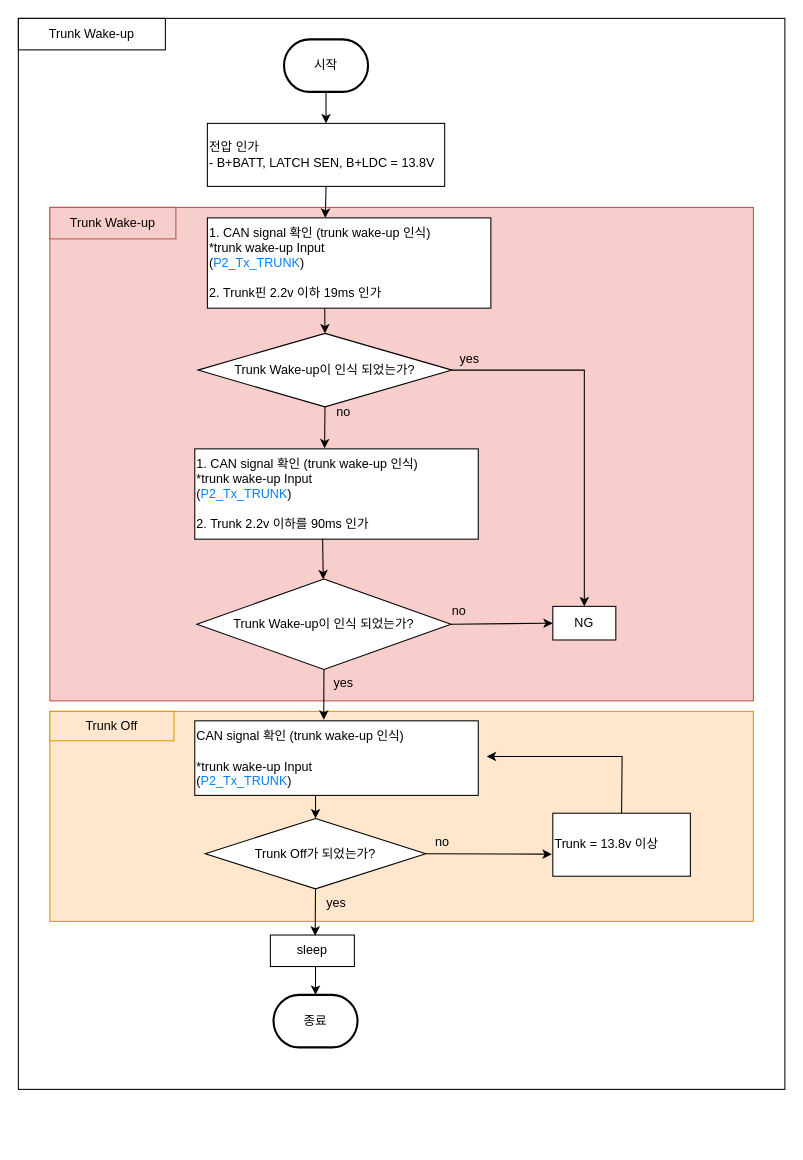
chaeyoonl/state-transition-diagram-test keeps this draw.io diagram as Trunk Wake-up.drawio. Above is the earlier version. Source tidied: cells renumbered, new cells numbered last; positions are measured from the earlier drawing's top-left corner, leaving out a move shared by most shapes. Both pictures are drawn from the tidied source at 105%, with x=0, y=0 at pixel (18, 18).
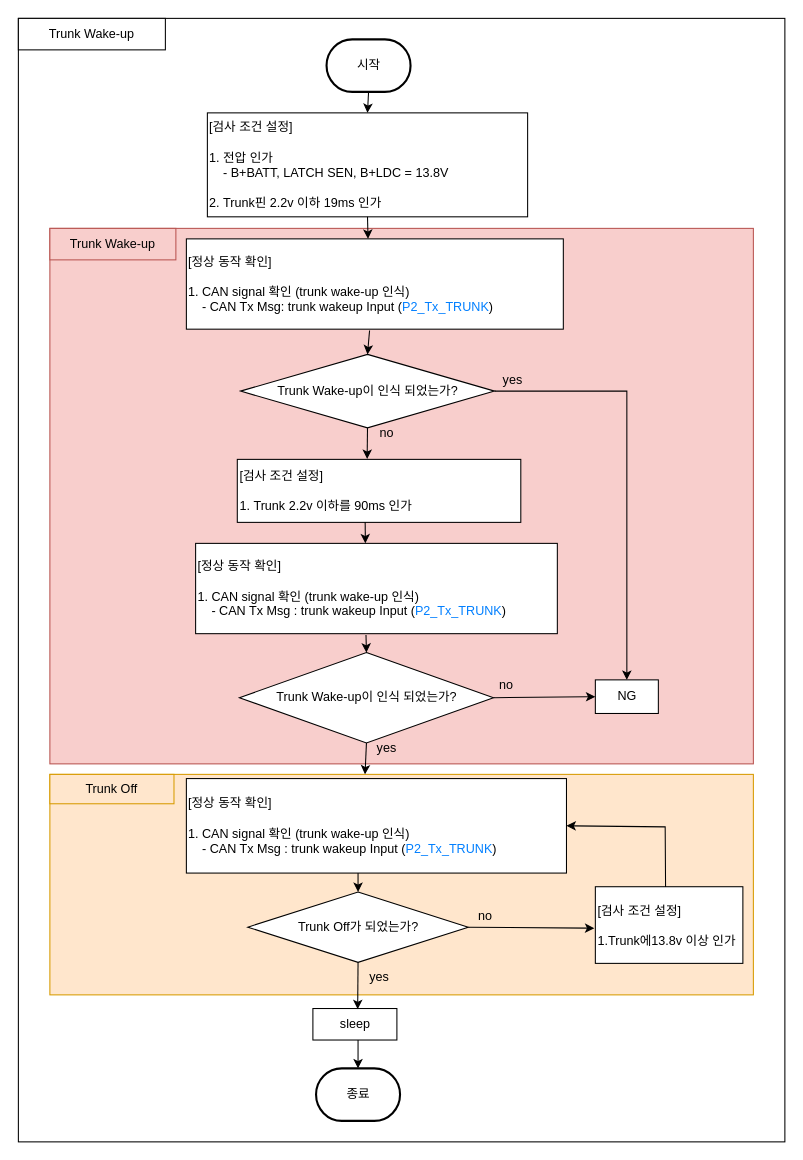
After the change.

Diff of the diagram source:
```diff
@@
     <mxCell id="2" style="rounded=0;whiteSpace=wrap;html=1;" parent="1" vertex="1">
-      <mxGeometry width="730" height="1020" as="geometry" />
+      <mxGeometry width="730" height="1070" as="geometry" />
     </mxCell>
@@
     <mxCell id="4" style="rounded=0;whiteSpace=wrap;html=1;fillColor=#f8cecc;strokeColor=#b85450;" parent="1" vertex="1">
-      <mxGeometry x="30" y="180" width="670" height="470" as="geometry" />
+      <mxGeometry x="30" y="200" width="670" height="510" as="geometry" />
     </mxCell>
     <mxCell id="5" value="&lt;span style=&quot;color: rgb(0, 0, 0); font-family: Helvetica; font-size: 12px; font-style: normal; font-variant-ligatures: normal; font-variant-caps: normal; font-weight: 400; letter-spacing: normal; orphans: 2; text-align: center; text-indent: 0px; text-transform: none; widows: 2; word-spacing: 0px; -webkit-text-stroke-width: 0px; text-decoration-thickness: initial; text-decoration-style: initial; text-decoration-color: initial; float: none; display: inline !important;&quot;&gt;Trunk Wake-up&lt;br&gt;&lt;/span&gt;" style="rounded=0;whiteSpace=wrap;html=1;fillColor=#f8cecc;strokeColor=#b85450;fillStyle=solid;labelBackgroundColor=none;" parent="1" vertex="1">
-      <mxGeometry x="30" y="180" width="120" height="30" as="geometry" />
+      <mxGeometry x="30" y="200" width="120" height="30" as="geometry" />
     </mxCell>
     <mxCell id="6" value="시작" style="strokeWidth=2;html=1;shape=mxgraph.flowchart.terminator;whiteSpace=wrap;" parent="1" vertex="1">
-      <mxGeometry x="253" y="20" width="80" height="50" as="geometry" />
+      <mxGeometry x="293.5" y="20" width="80" height="50" as="geometry" />
     </mxCell>
-    <mxCell id="7" value="전압 인가&lt;br&gt;- B+BATT, LATCH SEN, B+LDC = 13.8V" style="rounded=0;whiteSpace=wrap;html=1;align=left;" parent="1" vertex="1">
-      <mxGeometry x="180" y="100" width="226" height="60" as="geometry" />
+    <mxCell id="7" value="[검사 조건 설정]&lt;br&gt;&lt;br&gt;1. 전압 인가&lt;br&gt;&amp;nbsp; &amp;nbsp; - B+BATT, LATCH SEN, B+LDC = 13.8V&lt;br&gt;&lt;br&gt;2.&amp;nbsp;Trunk핀 2.2v 이하&amp;nbsp;19ms 인가" style="rounded=0;whiteSpace=wrap;html=1;align=left;" parent="1" vertex="1">
+      <mxGeometry x="180" y="90" width="305" height="99" as="geometry" />
     </mxCell>
     <mxCell id="8" value="Trunk Wake-up이 인식 되었는가?" style="rhombus;whiteSpace=wrap;html=1;" parent="1" vertex="1">
-      <mxGeometry x="171" y="300" width="242" height="70" as="geometry" />
+      <mxGeometry x="211.5" y="320" width="242" height="70" as="geometry" />
     </mxCell>
-    <mxCell id="9" style="endArrow=classic;html=1;rounded=0;entryX=0.5;entryY=0;entryDx=0;entryDy=0;exitX=0.414;exitY=1.005;exitDx=0;exitDy=0;exitPerimeter=0;" parent="1" edge="1" source="14" target="8">
+    <mxCell id="9" style="endArrow=classic;html=1;rounded=0;entryX=0.5;entryY=0;entryDx=0;entryDy=0;exitX=0.486;exitY=1.015;exitDx=0;exitDy=0;exitPerimeter=0;" parent="1" edge="1" source="14" target="8">
       <mxGeometry relative="1" as="geometry" />
     </mxCell>
@@
     <mxCell id="11" value="no" style="text;html=1;strokeColor=none;fillColor=none;align=center;verticalAlign=middle;whiteSpace=wrap;rounded=0;" parent="1" vertex="1">
-      <mxGeometry x="280" y="360" width="60" height="30" as="geometry" />
+      <mxGeometry x="320.5" y="380" width="60" height="30" as="geometry" />
     </mxCell>
     <mxCell id="12" value="yes" style="text;html=1;strokeColor=none;fillColor=none;align=center;verticalAlign=middle;whiteSpace=wrap;rounded=0;" parent="1" vertex="1">
-      <mxGeometry x="400" y="310" width="60" height="30" as="geometry" />
+      <mxGeometry x="440.5" y="330" width="60" height="30" as="geometry" />
     </mxCell>
     <mxCell id="13" style="endArrow=classic;html=1;rounded=0;exitX=1;exitY=0.5;exitDx=0;exitDy=0;entryX=0.5;entryY=0;entryDx=0;entryDy=0;" parent="1" edge="1" source="8" target="23">
       <mxGeometry relative="1" as="geometry">
         <Array as="points">
-          <mxPoint x="539" y="335" />
+          <mxPoint x="579.5" y="355" />
         </Array>
       </mxGeometry>
     </mxCell>
-    <mxCell id="14" value="1. CAN signal 확인 (trunk wake-up 인식)&lt;br style=&quot;border-color: var(--border-color);&quot;&gt;*trunk wake-up&amp;nbsp;Input&amp;nbsp;&lt;br style=&quot;border-color: var(--border-color);&quot;&gt;(&lt;font style=&quot;border-color: var(--border-color);&quot; color=&quot;#007fff&quot;&gt;P2_Tx_TRUNK&lt;/font&gt;)&lt;br&gt;&lt;br&gt;2.&amp;nbsp;Trunk핀 2.2v 이하&amp;nbsp;&lt;span style=&quot;text-align: center;&quot;&gt;19ms 인가&lt;/span&gt;" style="rounded=0;whiteSpace=wrap;html=1;align=left;" parent="1" vertex="1">
-      <mxGeometry x="180" y="190" width="270" height="86" as="geometry" />
+    <mxCell id="14" value="[정상 동작 확인]&lt;br&gt;&lt;br&gt;1. CAN signal 확인 (trunk wake-up 인식)&lt;br style=&quot;border-color: var(--border-color);&quot;&gt;&amp;nbsp; &amp;nbsp; - CAN Tx Msg:&amp;nbsp;trunk wakeup&amp;nbsp;Input&amp;nbsp;(&lt;font style=&quot;border-color: var(--border-color);&quot; color=&quot;#007fff&quot;&gt;P2_Tx_TRUNK&lt;/font&gt;)" style="rounded=0;whiteSpace=wrap;html=1;align=left;" parent="1" vertex="1">
+      <mxGeometry x="160" y="210" width="359" height="86" as="geometry" />
     </mxCell>
-    <mxCell id="15" style="endArrow=classic;html=1;rounded=0;exitX=0.5;exitY=1;exitDx=0;exitDy=0;entryX=0.416;entryY=0;entryDx=0;entryDy=0;entryPerimeter=0;" parent="1" edge="1" source="7" target="14">
+    <mxCell id="15" style="endArrow=classic;html=1;rounded=0;exitX=0.5;exitY=1;exitDx=0;exitDy=0;entryX=0.482;entryY=0;entryDx=0;entryDy=0;entryPerimeter=0;" parent="1" edge="1" source="7" target="14">
       <mxGeometry relative="1" as="geometry" />
     </mxCell>
@@
-    <mxCell id="17" value="1. CAN signal 확인 (trunk wake-up 인식)&lt;br style=&quot;border-color: var(--border-color);&quot;&gt;*trunk wake-up&amp;nbsp;Input&amp;nbsp;&lt;br style=&quot;border-color: var(--border-color);&quot;&gt;(&lt;font style=&quot;border-color: var(--border-color);&quot; color=&quot;#007fff&quot;&gt;P2_Tx_TRUNK&lt;/font&gt;)&lt;br&gt;&lt;br&gt;2. Trunk 2.2v 이하를&amp;nbsp;&lt;span style=&quot;text-align: center;&quot;&gt;90ms 인가&lt;/span&gt;" style="rounded=0;whiteSpace=wrap;html=1;align=left;" parent="1" vertex="1">
-      <mxGeometry x="168" y="410" width="270" height="86" as="geometry" />
+    <mxCell id="17" value="[검사 조건 설정]&lt;br&gt;&lt;br&gt;1. Trunk 2.2v 이하를&amp;nbsp;&lt;span style=&quot;text-align: center;&quot;&gt;90ms 인가&lt;/span&gt;" style="rounded=0;whiteSpace=wrap;html=1;align=left;" parent="1" vertex="1">
+      <mxGeometry x="208.5" y="420" width="270" height="60" as="geometry" />
     </mxCell>
     <mxCell id="18" style="rounded=0;whiteSpace=wrap;html=1;fillColor=#ffe6cc;strokeColor=#d79b00;" parent="1" vertex="1">
-      <mxGeometry x="30" y="660" width="670" height="200" as="geometry" />
+      <mxGeometry x="30" y="720" width="670" height="210" as="geometry" />
     </mxCell>
     <mxCell id="19" value="&lt;span style=&quot;color: rgb(0, 0, 0); font-family: Helvetica; font-size: 12px; font-style: normal; font-variant-ligatures: normal; font-variant-caps: normal; font-weight: 400; letter-spacing: normal; orphans: 2; text-align: center; text-indent: 0px; text-transform: none; widows: 2; word-spacing: 0px; -webkit-text-stroke-width: 0px; text-decoration-thickness: initial; text-decoration-style: initial; text-decoration-color: initial; float: none; display: inline !important;&quot;&gt;Trunk Off&lt;br&gt;&lt;/span&gt;" style="rounded=0;whiteSpace=wrap;html=1;fillColor=#ffe6cc;strokeColor=#d79b00;labelBackgroundColor=none;" parent="1" vertex="1">
-      <mxGeometry x="30" y="660" width="118.2" height="28" as="geometry" />
+      <mxGeometry x="30" y="720" width="118.2" height="28" as="geometry" />
     </mxCell>
     <mxCell id="20" value="Trunk Wake-up이 인식 되었는가?" style="rhombus;whiteSpace=wrap;html=1;" parent="1" vertex="1">
-      <mxGeometry x="170" y="534" width="242" height="86" as="geometry" />
+      <mxGeometry x="210.5" y="604" width="242" height="86" as="geometry" />
     </mxCell>
     <mxCell id="21" value="no" style="text;html=1;strokeColor=none;fillColor=none;align=center;verticalAlign=middle;whiteSpace=wrap;rounded=0;" parent="1" vertex="1">
-      <mxGeometry x="390" y="550" width="60" height="30" as="geometry" />
+      <mxGeometry x="434.5" y="620" width="60" height="30" as="geometry" />
     </mxCell>
-    <mxCell id="22" style="endArrow=classic;html=1;rounded=0;exitX=0.451;exitY=0.995;exitDx=0;exitDy=0;exitPerimeter=0;" parent="1" edge="1" source="17" target="20">
-      <mxGeometry relative="1" as="geometry" />
+    <mxCell id="22" style="endArrow=classic;html=1;rounded=0;exitX=0.451;exitY=0.995;exitDx=0;exitDy=0;exitPerimeter=0;" parent="1" edge="1" source="17">
+      <mxGeometry relative="1" as="geometry">
+        <mxPoint x="330.5" y="500" as="targetPoint" />
+      </mxGeometry>
     </mxCell>
     <mxCell id="23" value="NG" style="rounded=0;whiteSpace=wrap;html=1;align=center;" parent="1" vertex="1">
-      <mxGeometry x="509" y="560" width="60" height="32" as="geometry" />
+      <mxGeometry x="549.5" y="630" width="60" height="32" as="geometry" />
     </mxCell>
@@
     <mxCell id="25" value="종료" style="strokeWidth=2;html=1;shape=mxgraph.flowchart.terminator;whiteSpace=wrap;" parent="1" vertex="1">
-      <mxGeometry x="243" y="930" width="80" height="50" as="geometry" />
+      <mxGeometry x="283.5" y="1000" width="80" height="50" as="geometry" />
     </mxCell>
     <mxCell id="26" value="Trunk&amp;nbsp;Off가 되었는가?" style="rhombus;whiteSpace=wrap;html=1;" parent="1" vertex="1">
-      <mxGeometry x="178" y="762" width="210" height="67" as="geometry" />
+      <mxGeometry x="218.5" y="832" width="210" height="67" as="geometry" />
     </mxCell>
     <mxCell id="27" style="endArrow=classic;html=1;rounded=0;exitX=0.5;exitY=1;exitDx=0;exitDy=0;entryX=0.5;entryY=0;entryDx=0;entryDy=0;" parent="1" edge="1" target="26">
       <mxGeometry relative="1" as="geometry">
-        <mxPoint x="283" y="713" as="sourcePoint" />
+        <mxPoint x="323.5" y="783" as="sourcePoint" />
       </mxGeometry>
     </mxCell>
     <mxCell id="28" style="endArrow=classic;html=1;rounded=0;exitX=0.5;exitY=1;exitDx=0;exitDy=0;entryX=0.5;entryY=0;entryDx=0;entryDy=0;entryPerimeter=0;" parent="1" edge="1" target="25">
       <mxGeometry relative="1" as="geometry">
-        <mxPoint x="283" y="903" as="sourcePoint" />
+        <mxPoint x="323.5" y="973" as="sourcePoint" />
       </mxGeometry>
     </mxCell>
-    <mxCell id="29" value="Trunk = 13.8v 이상" style="rounded=0;whiteSpace=wrap;html=1;align=left;" parent="1" vertex="1">
-      <mxGeometry x="509" y="757" width="131" height="60" as="geometry" />
+    <mxCell id="29" value="[검사 조건 설정]&lt;br&gt;&lt;br&gt;1.Trunk에13.8v 이상 인가" style="rounded=0;whiteSpace=wrap;html=1;align=left;" parent="1" vertex="1">
+      <mxGeometry x="549.5" y="827" width="140.5" height="73" as="geometry" />
     </mxCell>
-    <mxCell id="30" style="endArrow=classic;html=1;rounded=0;exitX=1;exitY=0.5;exitDx=0;exitDy=0;entryX=-0.007;entryY=0.65;entryDx=0;entryDy=0;entryPerimeter=0;" parent="1" edge="1" source="26" target="29">
+    <mxCell id="30" style="endArrow=classic;html=1;rounded=0;exitX=1;exitY=0.5;exitDx=0;exitDy=0;entryX=-0.007;entryY=0.541;entryDx=0;entryDy=0;entryPerimeter=0;" parent="1" edge="1" source="26" target="29">
       <mxGeometry relative="1" as="geometry" />
     </mxCell>
     <mxCell id="31" value="sleep" style="rounded=0;whiteSpace=wrap;html=1;align=center;" parent="1" vertex="1">
-      <mxGeometry x="240" y="873" width="80" height="30" as="geometry" />
+      <mxGeometry x="280.5" y="943" width="80" height="30" as="geometry" />
     </mxCell>
@@
     <mxCell id="33" value="yes" style="text;html=1;strokeColor=none;fillColor=none;align=center;verticalAlign=middle;whiteSpace=wrap;rounded=0;" parent="1" vertex="1">
-      <mxGeometry x="273" y="828" width="60" height="30" as="geometry" />
+      <mxGeometry x="313.5" y="898" width="60" height="30" as="geometry" />
     </mxCell>
     <mxCell id="34" value="no" style="text;html=1;strokeColor=none;fillColor=none;align=center;verticalAlign=middle;whiteSpace=wrap;rounded=0;" parent="1" vertex="1">
-      <mxGeometry x="374" y="770" width="60" height="30" as="geometry" />
+      <mxGeometry x="414.5" y="840" width="60" height="30" as="geometry" />
     </mxCell>
-    <mxCell id="35" style="endArrow=classic;html=1;rounded=0;exitX=0.5;exitY=0;exitDx=0;exitDy=0;" parent="1" edge="1" source="29">
+    <mxCell id="35" style="endArrow=classic;html=1;rounded=0;exitX=0.476;exitY=0.004;exitDx=0;exitDy=0;entryX=1;entryY=0.5;entryDx=0;entryDy=0;exitPerimeter=0;" parent="1" edge="1" source="29" target="37">
       <mxGeometry relative="1" as="geometry">
-        <mxPoint x="446" y="703" as="targetPoint" />
         <Array as="points">
-          <mxPoint x="575" y="703" />
+          <mxPoint x="616" y="770" />
         </Array>
       </mxGeometry>
     </mxCell>
-    <mxCell id="36" style="endArrow=classic;html=1;rounded=0;entryX=0.455;entryY=-0.014;entryDx=0;entryDy=0;entryPerimeter=0;exitX=0.5;exitY=1;exitDx=0;exitDy=0;" parent="1" edge="1" source="20" target="37">
+    <mxCell id="36" style="endArrow=classic;html=1;rounded=0;entryX=0.448;entryY=0;entryDx=0;entryDy=0;entryPerimeter=0;exitX=0.5;exitY=1;exitDx=0;exitDy=0;" parent="1" edge="1" source="20" target="18">
       <mxGeometry relative="1" as="geometry" />
     </mxCell>
-    <mxCell id="37" value="CAN signal 확인 (trunk wake-up 인식)&lt;br&gt;&lt;br&gt;*trunk wake-up&amp;nbsp;Input&amp;nbsp;&lt;br&gt;(&lt;font color=&quot;#007fff&quot;&gt;P2_Tx_TRUNK&lt;/font&gt;)" style="rounded=0;whiteSpace=wrap;html=1;align=left;" parent="1" vertex="1">
-      <mxGeometry x="168" y="669" width="270" height="71" as="geometry" />
+    <mxCell id="37" value="[정상 동작 확인]&lt;br&gt;&lt;br&gt;1. CAN signal 확인 (trunk wake-up 인식)&lt;br&gt;&amp;nbsp; &amp;nbsp; - CAN Tx Msg : trunk wakeup&amp;nbsp;Input&amp;nbsp;(&lt;font color=&quot;#007fff&quot;&gt;P2_Tx_TRUNK&lt;/font&gt;)" style="rounded=0;whiteSpace=wrap;html=1;align=left;" parent="1" vertex="1">
+      <mxGeometry x="160" y="724" width="362" height="90" as="geometry" />
     </mxCell>
     <mxCell id="38" value="yes" style="text;html=1;strokeColor=none;fillColor=none;align=center;verticalAlign=middle;whiteSpace=wrap;rounded=0;" parent="1" vertex="1">
-      <mxGeometry x="280" y="618" width="60" height="30" as="geometry" />
+      <mxGeometry x="320.5" y="680" width="60" height="30" as="geometry" />
     </mxCell>
+    <mxCell id="39" value="[정상 동작 확인]&lt;br&gt;&lt;br&gt;1. CAN signal 확인 (trunk wake-up 인식)&lt;br style=&quot;border-color: var(--border-color);&quot;&gt;&amp;nbsp; &amp;nbsp; - CAN Tx Msg : trunk wakeup&amp;nbsp;Input&amp;nbsp;(&lt;font style=&quot;border-color: var(--border-color);&quot; color=&quot;#007fff&quot;&gt;P2_Tx_TRUNK&lt;/font&gt;)" style="rounded=0;whiteSpace=wrap;html=1;align=left;" parent="1" vertex="1">
+      <mxGeometry x="168.8" y="500" width="344.5" height="86" as="geometry" />
+    </mxCell>
+    <mxCell id="40" style="endArrow=classic;html=1;rounded=0;exitX=0.471;exitY=1.014;exitDx=0;exitDy=0;exitPerimeter=0;entryX=0.5;entryY=0;entryDx=0;entryDy=0;" parent="1" edge="1" source="39" target="20">
+      <mxGeometry relative="1" as="geometry" />
+    </mxCell>
```
